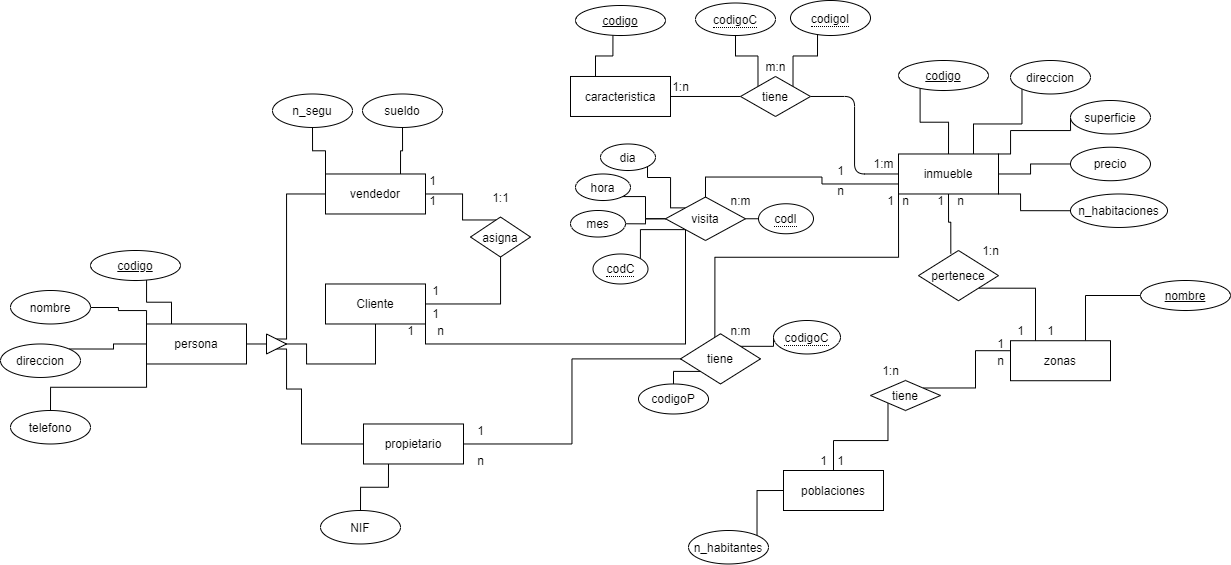
Earlier version of the draw.io export Parcial.png (Oscar915/Parcial). Source tidied: cells renumbered, new cells last; positions are measured from the earlier drawing's top-left corner, leaving out a move shared by most shapes.
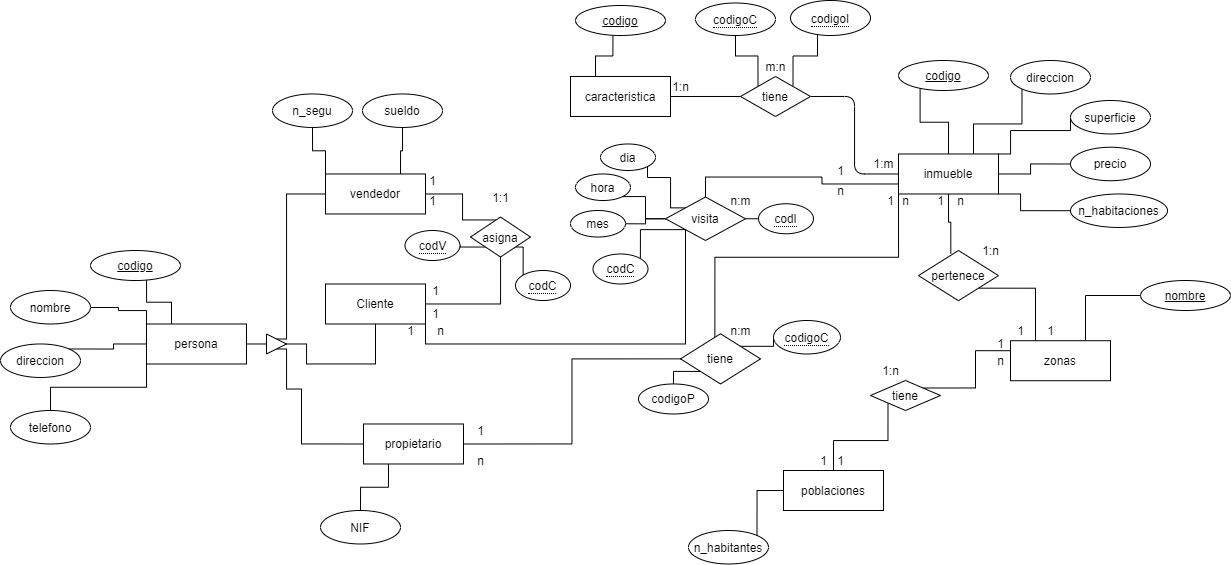
After the change.

Change to the diagram source:
```diff
@@ -233,6 +233,12 @@
     <mxCell id="63" value="precio" style="ellipse;whiteSpace=wrap;html=1;align=center;" parent="1" vertex="1">
       <mxGeometry x="1070" y="146.7" width="80" height="33.5" as="geometry" />
     </mxCell>
+    <mxCell id="109" style="edgeStyle=orthogonalEdgeStyle;rounded=0;jettySize=auto;html=1;exitX=0;exitY=1;exitDx=0;exitDy=0;entryX=1;entryY=0.5;entryDx=0;entryDy=0;endArrow=none;endFill=0;" parent="1" edge="1" source="64" target="111">
+      <mxGeometry relative="1" as="geometry" />
+    </mxCell>
+    <mxCell id="110" style="edgeStyle=orthogonalEdgeStyle;rounded=0;jettySize=auto;html=1;exitX=1;exitY=1;exitDx=0;exitDy=0;entryX=0;entryY=0;entryDx=0;entryDy=0;endArrow=none;endFill=0;" parent="1" edge="1" source="64" target="112">
+      <mxGeometry relative="1" as="geometry" />
+    </mxCell>
     <mxCell id="64" value="asigna" style="shape=rhombus;perimeter=rhombusPerimeter;whiteSpace=wrap;html=1;align=center;" parent="1" vertex="1">
       <mxGeometry x="470" y="216.5" width="60" height="40" as="geometry" />
     </mxCell>
@@ -374,5 +380,11 @@
     <mxCell id="108" value="&lt;span style=&quot;border-bottom: 1px dotted&quot;&gt;codI&lt;/span&gt;" style="ellipse;whiteSpace=wrap;html=1;align=center;" parent="1" vertex="1">
       <mxGeometry x="758" y="203.3" width="55" height="30" as="geometry" />
     </mxCell>
+    <mxCell id="111" value="&lt;span style=&quot;border-bottom: 1px dotted&quot;&gt;codV&lt;/span&gt;" style="ellipse;whiteSpace=wrap;html=1;align=center;" parent="1" vertex="1">
+      <mxGeometry x="404.5" y="230" width="55" height="30" as="geometry" />
+    </mxCell>
+    <mxCell id="112" value="&lt;span style=&quot;border-bottom: 1px dotted&quot;&gt;codC&lt;/span&gt;" style="ellipse;whiteSpace=wrap;html=1;align=center;" parent="1" vertex="1">
+      <mxGeometry x="515" y="270" width="55" height="30" as="geometry" />
+    </mxCell>
   </root>
 </mxGraphModel>
```
